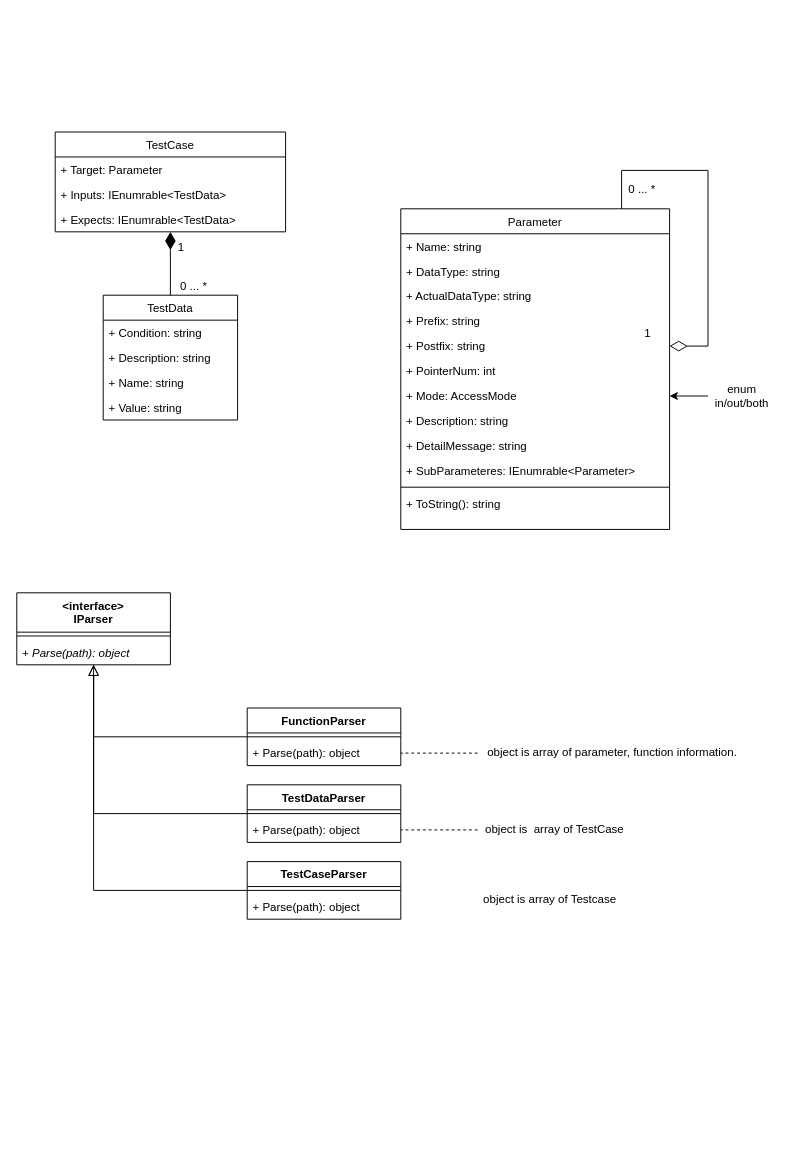
CountrySideEngineer/TestSupportTools keeps this draw.io diagram as page "class" (3 of 4) of AutoTestPrep/doc/design/AutoTestPrep.drawio. Above is the earlier version. Source tidied: cells renumbered, new cells numbered last; positions are measured from the earlier drawing's top-left corner, leaving out a move shared by most shapes. Both pictures are drawn from the tidied source at 96%, with x=0, y=0 at pixel (16, 132).
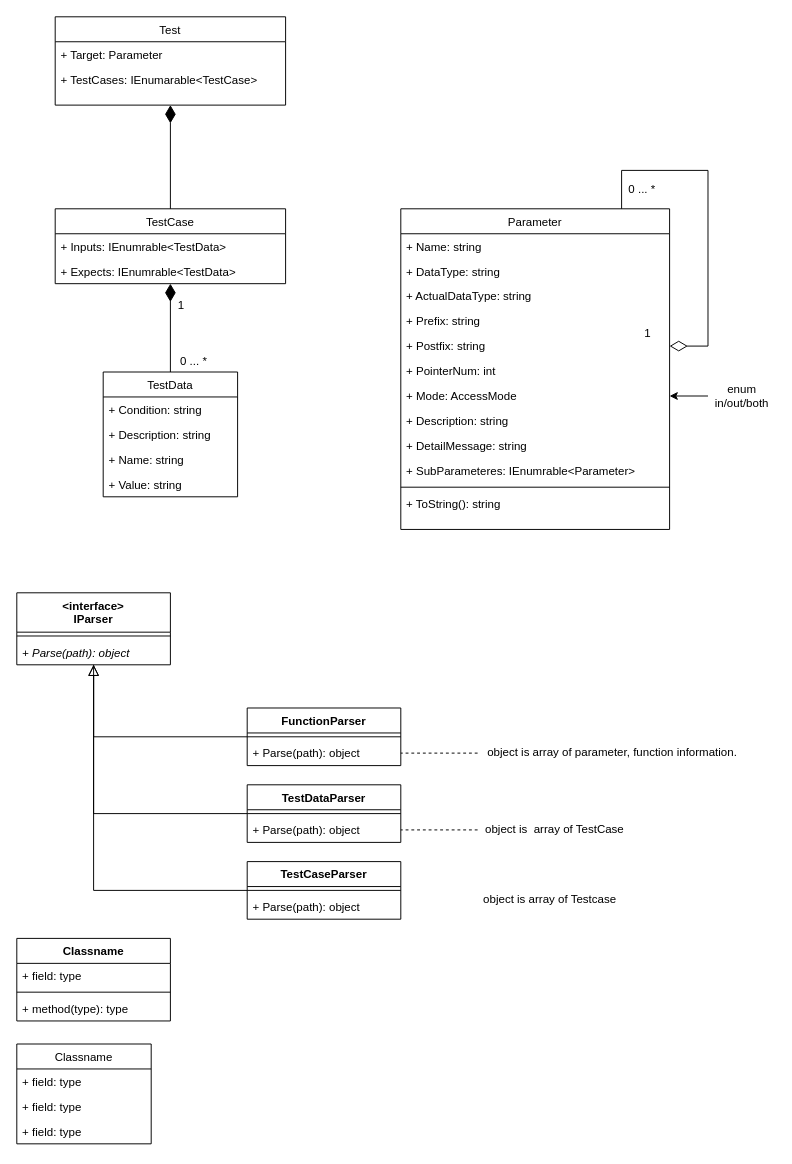
The same diagram, later.

What changed in the source:
```diff
@@
     <mxCell id="21" value="TestCase" style="swimlane;fontStyle=0;horizontal=1;startSize=26;fillColor=none;align=center;" parent="1" vertex="1">
-      <mxGeometry x="40" width="240" height="104" as="geometry" />
+      <mxGeometry x="40" y="80" width="240" height="78" as="geometry" />
     </mxCell>
-    <mxCell id="22" value="+ Target: Parameter" style="text;strokeColor=none;fillColor=none;align=left;verticalAlign=top;spacingLeft=4;spacingRight=4;overflow=hidden;" parent="21" vertex="1">
-      <mxGeometry y="26" width="240" height="26" as="geometry" />
-    </mxCell>
     <mxCell id="23" value="+ Inputs: IEnumrable&lt;TestData&gt;" style="text;strokeColor=none;fillColor=none;align=left;verticalAlign=top;spacingLeft=4;spacingRight=4;overflow=hidden;" parent="21" vertex="1">
-      <mxGeometry y="52" width="240" height="26" as="geometry" />
+      <mxGeometry y="26" width="240" height="26" as="geometry" />
     </mxCell>
     <mxCell id="24" value="+ Expects: IEnumrable&lt;TestData&gt;" style="text;strokeColor=none;fillColor=none;align=left;verticalAlign=top;spacingLeft=4;spacingRight=4;overflow=hidden;" parent="21" vertex="1">
-      <mxGeometry y="78" width="240" height="26" as="geometry" />
+      <mxGeometry y="52" width="240" height="26" as="geometry" />
     </mxCell>
     <mxCell id="25" value="TestData" style="swimlane;fontStyle=0;horizontal=1;startSize=26;fillColor=none;" parent="1" vertex="1">
-      <mxGeometry x="90" y="170" width="140" height="130" as="geometry" />
+      <mxGeometry x="90" y="250" width="140" height="130" as="geometry" />
     </mxCell>
@@
+    <mxCell id="53" value="Classname" style="swimlane;fontStyle=1;align=center;verticalAlign=top;horizontal=1;startSize=26;" parent="1" vertex="1">
+      <mxGeometry y="840" width="160" height="86" as="geometry" />
+    </mxCell>
+    <mxCell id="54" value="+ field: type" style="text;strokeColor=none;fillColor=none;align=left;verticalAlign=top;spacingLeft=4;spacingRight=4;overflow=hidden;" parent="53" vertex="1">
+      <mxGeometry y="26" width="160" height="26" as="geometry" />
+    </mxCell>
+    <mxCell id="55" style="line;strokeWidth=1;fillColor=none;align=left;verticalAlign=middle;spacingTop=-1;spacingLeft=3;spacingRight=3;labelPosition=right;" parent="53" vertex="1">
+      <mxGeometry y="52" width="160" height="8" as="geometry" />
+    </mxCell>
+    <mxCell id="56" value="+ method(type): type" style="text;strokeColor=none;fillColor=none;align=left;verticalAlign=top;spacingLeft=4;spacingRight=4;overflow=hidden;" parent="53" vertex="1">
+      <mxGeometry y="60" width="160" height="26" as="geometry" />
+    </mxCell>
+    <mxCell id="57" value="Classname" style="swimlane;fontStyle=0;horizontal=1;startSize=26;fillColor=none;" parent="1" vertex="1">
+      <mxGeometry y="950" width="140" height="104" as="geometry" />
+    </mxCell>
+    <mxCell id="58" value="+ field: type" style="text;strokeColor=none;fillColor=none;align=left;verticalAlign=top;spacingLeft=4;spacingRight=4;overflow=hidden;" parent="57" vertex="1">
+      <mxGeometry y="26" width="140" height="26" as="geometry" />
+    </mxCell>
+    <mxCell id="59" value="+ field: type" style="text;strokeColor=none;fillColor=none;align=left;verticalAlign=top;spacingLeft=4;spacingRight=4;overflow=hidden;" parent="57" vertex="1">
+      <mxGeometry y="52" width="140" height="26" as="geometry" />
+    </mxCell>
+    <mxCell id="60" value="+ field: type" style="text;strokeColor=none;fillColor=none;align=left;verticalAlign=top;spacingLeft=4;spacingRight=4;overflow=hidden;" parent="57" vertex="1">
+      <mxGeometry y="78" width="140" height="26" as="geometry" />
+    </mxCell>
+    <mxCell id="61" style="edgeStyle=orthogonalEdgeStyle;rounded=0;jettySize=auto;html=1;endArrow=none;endFill=0;startArrow=diamondThin;startFill=1;startSize=16;" parent="1" edge="1" source="62" target="21">
+      <mxGeometry relative="1" as="geometry" />
+    </mxCell>
+    <mxCell id="62" value="Test" style="swimlane;fontStyle=0;horizontal=1;startSize=26;fillColor=none;align=center;" parent="1" vertex="1">
+      <mxGeometry x="40" y="-120" width="240" height="92" as="geometry" />
+    </mxCell>
+    <mxCell id="22" value="+ Target: Parameter" style="text;strokeColor=none;fillColor=none;align=left;verticalAlign=top;spacingLeft=4;spacingRight=4;overflow=hidden;" parent="62" vertex="1">
+      <mxGeometry y="26" width="240" height="26" as="geometry" />
+    </mxCell>
+    <mxCell id="63" value="+ TestCases: IEnumarable&lt;TestCase&gt;" style="text;strokeColor=none;fillColor=none;align=left;verticalAlign=top;spacingLeft=4;spacingRight=4;overflow=hidden;" parent="62" vertex="1">
+      <mxGeometry y="52" width="240" height="26" as="geometry" />
+    </mxCell>
+    <mxCell id="64" style="text;strokeColor=none;fillColor=none;align=left;verticalAlign=middle;spacingTop=-1;spacingLeft=4;spacingRight=4;labelPosition=right;" parent="62" vertex="1">
+      <mxGeometry y="78" width="240" height="14" as="geometry" />
+    </mxCell>
```
